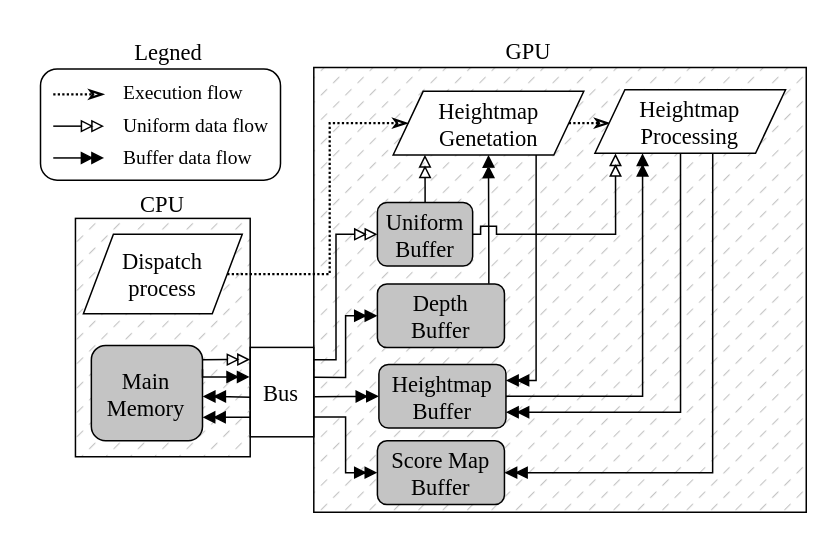
Before: page "ComputePipeline" (11 of 11) of figs/Diagrams.drawio in EpEpDragon/MThesis, a draw.io diagram. Source tidied: cells renumbered, new cells numbered last; positions are measured from the earlier drawing's top-left corner, leaving out a move shared by most shapes. Both pictures are drawn from the tidied source at 150%, with x=0, y=0 at pixel (26, 26).
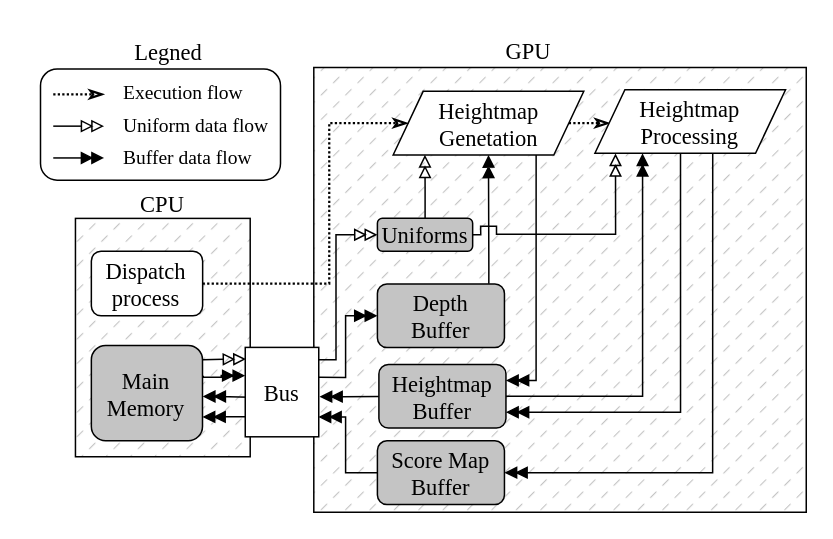
The same page after the edit.

The change refers to these unchanged cells:
```xml
<mxCell id="2" style="group;" parent="1" vertex="1">
  <mxGeometry y="1" width="520" height="323" as="geometry" />
</mxCell>
<mxCell id="9" style="rounded=0;whiteSpace=wrap;html=1;strokeColor=default;align=center;verticalAlign=middle;fontFamily=Times New Roman;fontSize=15;fontColor=default;fillColor=#C4C4C4;gradientColor=none;fillStyle=dashed;" parent="2" vertex="1">
  <mxGeometry x="32.8" y="127.1" width="116.5" height="158.9" as="geometry" />
</mxCell>
<mxCell id="16" value="Main&lt;div&gt;Memory&lt;/div&gt;" style="rounded=1;whiteSpace=wrap;html=1;strokeColor=default;align=center;verticalAlign=middle;fontFamily=Times New Roman;fontSize=15;fontColor=default;fillColor=#C4C4C4;gradientColor=none;" parent="2" vertex="1">
  <mxGeometry x="43.4" y="211.8" width="74.1" height="63.5" as="geometry" />
</mxCell>
<mxCell id="17" value="Score Map&lt;div&gt;Buffer&lt;/div&gt;" style="rounded=1;whiteSpace=wrap;html=1;strokeColor=default;align=center;verticalAlign=middle;fontFamily=Times New Roman;fontSize=15;fontColor=default;fillColor=#C4C4C4;gradientColor=none;" parent="2" vertex="1">
  <mxGeometry x="234.1" y="275.4" width="84.7" height="42.4" as="geometry" />
</mxCell>
<mxCell id="19" value="Heightmap&lt;div&gt;Buffer&lt;/div&gt;" style="rounded=1;whiteSpace=wrap;html=1;strokeColor=default;align=center;verticalAlign=middle;fontFamily=Times New Roman;fontSize=15;fontColor=default;fillColor=#C4C4C4;gradientColor=none;" parent="2" vertex="1">
  <mxGeometry x="235.1" y="224.5" width="84.7" height="42.4" as="geometry" />
</mxCell>
<mxCell id="22" value="Heightmap&lt;div&gt;Genetation&lt;/div&gt;" style="shape=parallelogram;perimeter=parallelogramPerimeter;whiteSpace=wrap;html=1;fixedSize=1;rounded=0;strokeColor=default;align=center;verticalAlign=middle;fontFamily=Times New Roman;fontSize=15;fontColor=default;fillColor=default;gradientColor=none;" parent="2" vertex="1">
  <mxGeometry x="244.6" y="42.4" width="127.1" height="42.4" as="geometry" />
</mxCell>
<mxCell id="40" value="Heightmap&lt;div&gt;Processing&lt;/div&gt;" style="shape=parallelogram;perimeter=parallelogramPerimeter;whiteSpace=wrap;html=1;fixedSize=1;rounded=0;strokeColor=default;align=center;verticalAlign=middle;fontFamily=Times New Roman;fontSize=15;fontColor=default;fillColor=default;gradientColor=none;" parent="2" vertex="1">
  <mxGeometry x="379.1" y="41.3" width="127.1" height="42.4" as="geometry" />
</mxCell>
```

What changed in the source:
```diff
@@
-    <mxCell id="5" style="edgeStyle=orthogonalEdgeStyle;rounded=0;jettySize=auto;html=1;exitX=0.996;exitY=0.779;exitDx=0;exitDy=0;entryX=0;entryY=0.5;entryDx=0;entryDy=0;fontFamily=Times New Roman;fontSize=15;fontColor=default;strokeColor=default;align=center;verticalAlign=middle;labelBackgroundColor=default;endArrow=doubleBlock;endFill=1;exitPerimeter=0;" parent="2" edge="1" source="8" target="17">
+    <mxCell id="5" style="edgeStyle=orthogonalEdgeStyle;rounded=0;jettySize=auto;html=1;exitX=0.996;exitY=0.779;exitDx=0;exitDy=0;entryX=0;entryY=0.5;entryDx=0;entryDy=0;fontFamily=Times New Roman;fontSize=15;fontColor=default;strokeColor=default;align=center;verticalAlign=middle;labelBackgroundColor=default;endArrow=none;endFill=0;exitPerimeter=0;startArrow=doubleBlock;startFill=1;" parent="2" edge="1" source="8" target="17">
       <mxGeometry relative="1" as="geometry">
         <Array as="points">
           <mxPoint x="212.9" y="259.5" />
           <mxPoint x="212.9" y="296.5" />
         </Array>
       </mxGeometry>
     </mxCell>
-    <mxCell id="6" style="edgeStyle=orthogonalEdgeStyle;rounded=0;jettySize=auto;html=1;exitX=1.01;exitY=0.551;exitDx=0;exitDy=0;entryX=0;entryY=0.5;entryDx=0;entryDy=0;fontFamily=Times New Roman;fontSize=15;fontColor=default;strokeColor=default;align=center;verticalAlign=middle;labelBackgroundColor=default;endArrow=doubleBlock;endFill=1;exitPerimeter=0;" parent="2" edge="1" source="8" target="19">
+    <mxCell id="6" style="edgeStyle=orthogonalEdgeStyle;rounded=0;jettySize=auto;html=1;exitX=1.01;exitY=0.551;exitDx=0;exitDy=0;entryX=0;entryY=0.5;entryDx=0;entryDy=0;fontFamily=Times New Roman;fontSize=15;fontColor=default;strokeColor=default;align=center;verticalAlign=middle;labelBackgroundColor=default;endArrow=none;endFill=0;exitPerimeter=0;startArrow=doubleBlock;startFill=1;" parent="2" edge="1" source="8" target="19">
       <mxGeometry relative="1" as="geometry" />
     </mxCell>
@@
-    <mxCell id="8" value="Bus" style="rounded=0;whiteSpace=wrap;html=1;strokeColor=default;align=center;verticalAlign=middle;fontFamily=Times New Roman;fontSize=15;fontColor=default;fillColor=none;gradientColor=none;" parent="2" vertex="1">
-      <mxGeometry x="149.3" y="213.1" width="42.4" height="59.6" as="geometry" />
-    </mxCell>
@@
-    <mxCell id="25" style="edgeStyle=orthogonalEdgeStyle;rounded=0;jettySize=auto;html=1;fontFamily=Times New Roman;fontSize=15;fontColor=default;entryX=0;entryY=0.5;entryDx=0;entryDy=0;endArrow=classicThin;endFill=0;dashed=1;dashPattern=1 1;strokeWidth=1.5;" parent="2" edge="1" source="26" target="22">
+    <mxCell id="25" style="edgeStyle=orthogonalEdgeStyle;rounded=0;jettySize=auto;html=1;fontFamily=Times New Roman;fontSize=15;fontColor=default;entryX=0;entryY=0.5;entryDx=0;entryDy=0;endArrow=classicThin;endFill=0;dashed=1;dashPattern=1 1;strokeWidth=1.5;exitX=1;exitY=0.5;exitDx=0;exitDy=0;" parent="2" edge="1" source="26" target="22">
       <mxGeometry relative="1" as="geometry">
         <Array as="points">
-          <mxPoint x="202.3" y="164.2" />
-          <mxPoint x="202.3" y="63.5" />
+          <mxPoint x="202" y="171" />
+          <mxPoint x="202" y="64" />
         </Array>
       </mxGeometry>
     </mxCell>
-    <mxCell id="26" value="Dispatch&lt;div&gt;process&lt;/div&gt;" style="shape=parallelogram;perimeter=parallelogramPerimeter;whiteSpace=wrap;html=1;fixedSize=1;rounded=0;strokeColor=default;align=center;verticalAlign=middle;fontFamily=Times New Roman;fontSize=15;fontColor=default;fillColor=default;gradientColor=none;" parent="2" vertex="1">
-      <mxGeometry x="38.1" y="137.7" width="105.9" height="53" as="geometry" />
-    </mxCell>
-    <mxCell id="27" value="Uniform Buffer" style="rounded=1;whiteSpace=wrap;html=1;strokeColor=default;align=center;verticalAlign=middle;fontFamily=Times New Roman;fontSize=15;fontColor=default;fillColor=#C4C4C4;gradientColor=none;" parent="2" vertex="1">
-      <mxGeometry x="234.1" y="116.5" width="63.5" height="42.4" as="geometry" />
+    <mxCell id="27" value="Uniforms" style="rounded=1;whiteSpace=wrap;html=1;strokeColor=default;align=center;verticalAlign=middle;fontFamily=Times New Roman;fontSize=15;fontColor=default;fillColor=#C4C4C4;gradientColor=none;" parent="2" vertex="1">
+      <mxGeometry x="234.1" y="127" width="63.5" height="22" as="geometry" />
     </mxCell>
@@
     <mxCell id="29" style="endArrow=doubleBlock;html=1;rounded=0;fontFamily=Times New Roman;fontSize=15;fontColor=default;exitX=1;exitY=0.5;exitDx=0;exitDy=0;entryX=0.108;entryY=1.002;entryDx=0;entryDy=0;entryPerimeter=0;endFill=0;" parent="2" edge="1" source="27" target="40">
       <mxGeometry relative="1" as="geometry">
         <Array as="points">
-          <mxPoint x="302.9" y="137.7" />
+          <mxPoint x="303" y="138" />
           <mxPoint x="302.9" y="132.4" />
           <mxPoint x="313.5" y="132.4" />
           <mxPoint x="313.5" y="137.7" />
           <mxPoint x="392.9" y="137.7" />
         </Array>
       </mxGeometry>
     </mxCell>
-    <mxCell id="30" style="edgeStyle=orthogonalEdgeStyle;rounded=0;jettySize=auto;html=1;exitX=1;exitY=0.25;exitDx=0;exitDy=0;fontFamily=Times New Roman;fontSize=15;fontColor=default;endArrow=doubleBlock;endFill=1;entryX=0.997;entryY=0.665;entryDx=0;entryDy=0;entryPerimeter=0;" parent="2" edge="1" source="16" target="9">
+    <mxCell id="30" style="edgeStyle=orthogonalEdgeStyle;rounded=0;jettySize=auto;html=1;fontFamily=Times New Roman;fontSize=15;fontColor=default;endArrow=doubleBlock;endFill=1;entryX=0.001;entryY=0.316;entryDx=0;entryDy=0;entryPerimeter=0;" parent="2" edge="1" target="8">
       <mxGeometry relative="1" as="geometry">
+        <mxPoint x="118" y="232" as="sourcePoint" />
         <Array as="points">
-          <mxPoint x="117.6" y="233" />
-          <mxPoint x="149.3" y="233" />
+          <mxPoint x="130" y="233" />
+          <mxPoint x="130" y="232" />
         </Array>
       </mxGeometry>
     </mxCell>
-    <mxCell id="31" style="endArrow=doubleBlock;html=1;rounded=0;fontFamily=Times New Roman;fontSize=15;fontColor=default;endFill=0;entryX=0.999;entryY=0.592;entryDx=0;entryDy=0;entryPerimeter=0;" parent="2" edge="1" target="9">
+    <mxCell id="31" style="endArrow=doubleBlock;html=1;rounded=0;fontFamily=Times New Roman;fontSize=15;fontColor=default;endFill=0;entryX=0.01;entryY=0.13;entryDx=0;entryDy=0;entryPerimeter=0;" parent="2" edge="1" target="8">
       <mxGeometry relative="1" as="geometry">
         <mxPoint x="117.6" y="221.3" as="sourcePoint" />
       </mxGeometry>
     </mxCell>
@@
+    <mxCell id="8" value="Bus" style="rounded=0;whiteSpace=wrap;html=1;strokeColor=default;align=center;verticalAlign=middle;fontFamily=Times New Roman;fontSize=15;fontColor=default;fillColor=default;gradientColor=none;" parent="2" vertex="1">
+      <mxGeometry x="146" y="213.1" width="49" height="59.6" as="geometry" />
+    </mxCell>
+    <mxCell id="26" value="Dispatch&lt;div&gt;process&lt;/div&gt;" style="rounded=1;whiteSpace=wrap;html=1;strokeColor=default;align=center;verticalAlign=middle;fontFamily=Times New Roman;fontSize=15;fontColor=default;fillColor=default;gradientColor=none;" parent="2" vertex="1">
+      <mxGeometry x="43.4" y="149" width="74.2" height="43" as="geometry" />
+    </mxCell>
```
